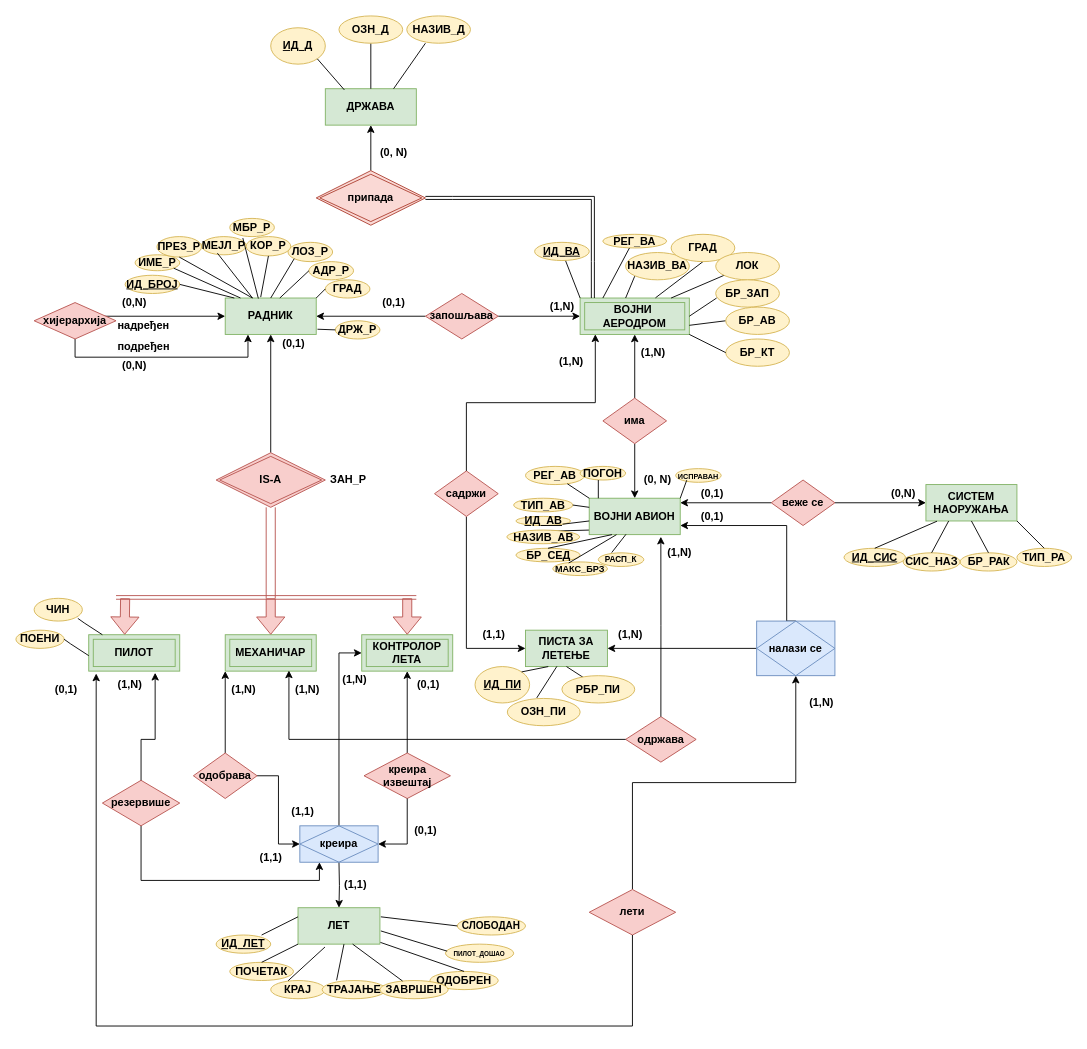
Above: Дијаграми/ER Dijagram.drawio in aleksaskrbic/military_airport (draw.io), before the change. Source tidied: cells renumbered, new cells numbered last; positions are measured from the earlier drawing's top-left corner, leaving out a move shared by most shapes. Both pictures are drawn from the tidied source at 91%, with x=0, y=0 at pixel (15, 15).
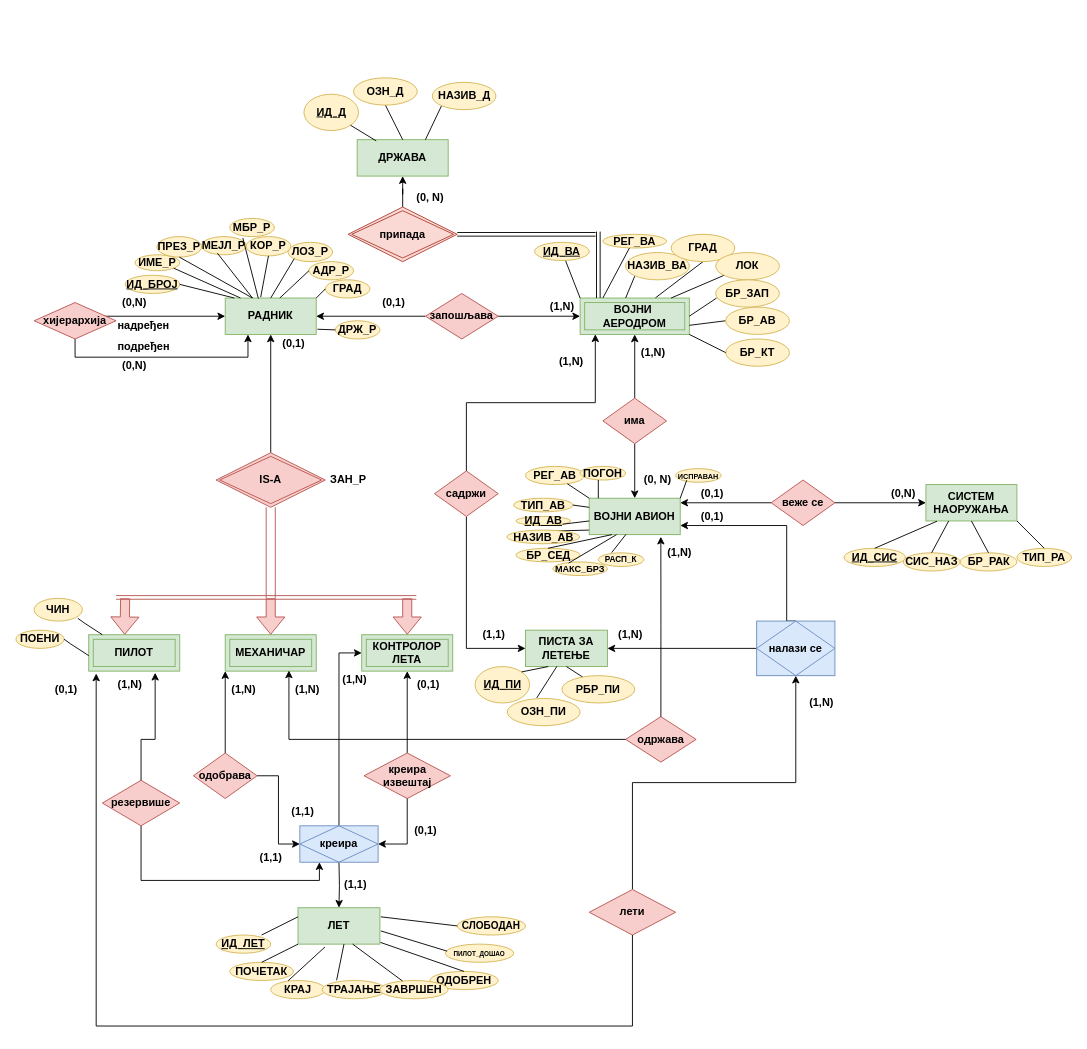
After the change.

What changed in the source:
```diff
@@
     <mxCell id="3" value="&lt;b&gt;припада&lt;/b&gt;" style="shape=rhombus;double=1;perimeter=rhombusPerimeter;whiteSpace=wrap;html=1;align=center;fillColor=#fad9d5;strokeColor=#ae4132;" parent="1" vertex="1">
-      <mxGeometry x="330" y="170" width="120" height="60" as="geometry" />
+      <mxGeometry x="365" y="210" width="120" height="60" as="geometry" />
     </mxCell>
     <mxCell id="4" value="&lt;b&gt;ДРЖАВА&lt;/b&gt;" style="whiteSpace=wrap;html=1;align=center;fillColor=#d5e8d4;strokeColor=#82b366;" parent="1" vertex="1">
-      <mxGeometry x="340" y="80" width="100" height="40" as="geometry" />
+      <mxGeometry x="375" y="136" width="100" height="40" as="geometry" />
     </mxCell>
@@
     <mxCell id="11" value="&lt;b&gt;(0, N)&lt;/b&gt;" style="text;html=1;align=center;verticalAlign=middle;strokeColor=none;fillColor=none;" parent="1" vertex="1">
-      <mxGeometry x="390" y="140" width="50" height="20" as="geometry" />
+      <mxGeometry x="430" y="190" width="50" height="20" as="geometry" />
     </mxCell>
-    <mxCell id="12" style="endArrow=none;html=1;rounded=0;exitX=0.75;exitY=0;exitDx=0;exitDy=0;" parent="1" edge="1" source="4">
-      <mxGeometry relative="1" as="geometry">
-        <mxPoint x="450" y="30" as="targetPoint" />
-      </mxGeometry>
+    <mxCell id="12" style="endArrow=none;html=1;rounded=0;exitX=0.75;exitY=0;exitDx=0;exitDy=0;entryX=0;entryY=1;entryDx=0;entryDy=0;" parent="1" edge="1" source="4" target="182">
+      <mxGeometry relative="1" as="geometry" />
     </mxCell>
-    <mxCell id="13" style="shape=link;html=1;rounded=0;width=-3.333333333333333;exitX=1;exitY=0.5;exitDx=0;exitDy=0;" parent="1" edge="1" source="3">
-      <mxGeometry relative="1" as="geometry">
-        <mxPoint x="634" y="310" as="targetPoint" />
-        <Array as="points">
-          <mxPoint x="480" y="200" />
-          <mxPoint x="634" y="200" />
-          <mxPoint x="634" y="270" />
-        </Array>
-      </mxGeometry>
-    </mxCell>
@@
-    <mxCell id="17" style="endArrow=none;html=1;rounded=0;exitX=0.5;exitY=0;exitDx=0;exitDy=0;" parent="1" edge="1" source="4">
-      <mxGeometry relative="1" as="geometry">
-        <mxPoint x="390" y="30" as="targetPoint" />
-      </mxGeometry>
+    <mxCell id="17" style="endArrow=none;html=1;rounded=0;exitX=0.5;exitY=0;exitDx=0;exitDy=0;entryX=0.5;entryY=1;entryDx=0;entryDy=0;" parent="1" edge="1" source="4" target="18">
+      <mxGeometry relative="1" as="geometry" />
     </mxCell>
     <mxCell id="18" value="&lt;b&gt;ОЗН_Д&lt;/b&gt;" style="ellipse;whiteSpace=wrap;html=1;align=center;fillColor=#fff2cc;strokeColor=#d6b656;" parent="1" vertex="1">
-      <mxGeometry x="355" width="70" height="30" as="geometry" />
+      <mxGeometry x="371" y="68" width="70" height="30" as="geometry" />
     </mxCell>
@@
     <mxCell id="180" value="&lt;b&gt;ИД_Д&lt;/b&gt;" style="ellipse;whiteSpace=wrap;html=1;align=center;fontStyle=4;fillColor=#fff2cc;strokeColor=#d6b656;" parent="1" vertex="1">
-      <mxGeometry x="280" y="13" width="60" height="40" as="geometry" />
+      <mxGeometry x="316.5" y="86" width="60" height="40" as="geometry" />
     </mxCell>
@@
     <mxCell id="182" value="&lt;b&gt;НАЗИВ_Д&lt;/b&gt;" style="ellipse;whiteSpace=wrap;html=1;align=center;fillColor=#fff2cc;strokeColor=#d6b656;" parent="1" vertex="1">
-      <mxGeometry x="429.5" width="70" height="30" as="geometry" />
+      <mxGeometry x="457.5" y="73" width="70" height="30" as="geometry" />
     </mxCell>
+    <mxCell id="183" style="shape=link;html=1;rounded=0;" parent="1" edge="1">
+      <mxGeometry relative="1" as="geometry">
+        <mxPoint x="485" y="240" as="sourcePoint" />
+        <mxPoint x="637" y="240" as="targetPoint" />
+      </mxGeometry>
+    </mxCell>
+    <mxCell id="184" style="shape=link;html=1;rounded=0;" parent="1" edge="1">
+      <mxGeometry relative="1" as="geometry">
+        <mxPoint x="640" y="237" as="sourcePoint" />
+        <mxPoint x="640" y="310" as="targetPoint" />
+      </mxGeometry>
+    </mxCell>
```
